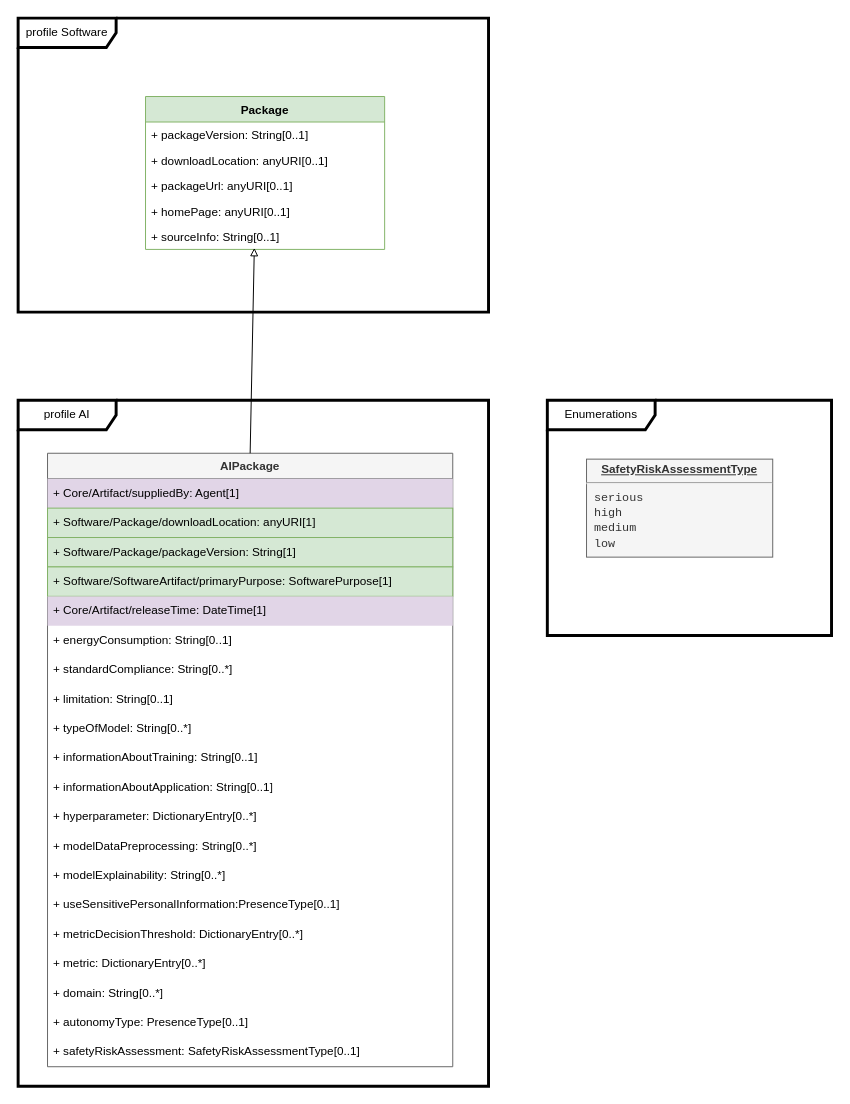
Above: page "AI" (5 of 7) of model.drawio in spdx/spdx-3-model (draw.io), before the change. Source tidied: cells renumbered, new cells numbered last; positions are measured from the earlier drawing's top-left corner, leaving out a move shared by most shapes. Both pictures are drawn from the tidied source at 98%, with x=0, y=0 at pixel (18, 18).
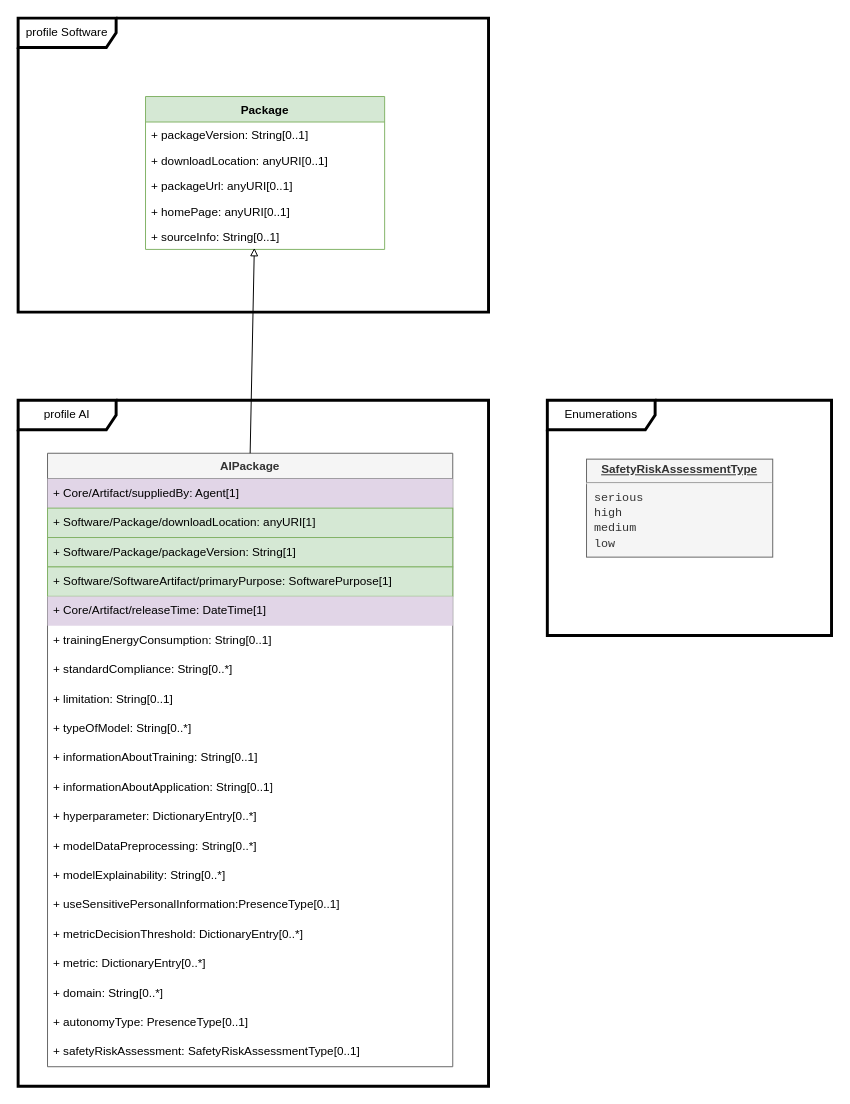
Above is the later version.

Commit message (it also covers changes not shown here):
Rename energyConsumption to trainingEnergyConsumption

The change refers to these unchanged cells:
```xml
<mxCell id="10" value="AIPackage" style="swimlane;fontStyle=1;horizontal=1;startSize=26;fillColor=#f5f5f5;strokeColor=#666666;fontColor=#333333;" parent="1" vertex="1">
  <mxGeometry x="30" y="444" width="413.5" height="626" as="geometry" />
</mxCell>
```

Diff of the diagram source:
```diff
@@
-    <mxCell id="16" value="+ energyConsumption: String[0..1]" style="text;strokeColor=none;fillColor=none;align=left;verticalAlign=middle;spacingLeft=4;spacingRight=4;overflow=hidden;whiteSpace=wrap;html=1;" parent="10" vertex="1">
+    <mxCell id="16" value="+ trainingEnergyConsumption: String[0..1]" style="text;strokeColor=none;fillColor=none;align=left;verticalAlign=middle;spacingLeft=4;spacingRight=4;overflow=hidden;whiteSpace=wrap;html=1;" parent="10" vertex="1">
       <mxGeometry y="176" width="413.5" height="30" as="geometry" />
     </mxCell>
```
